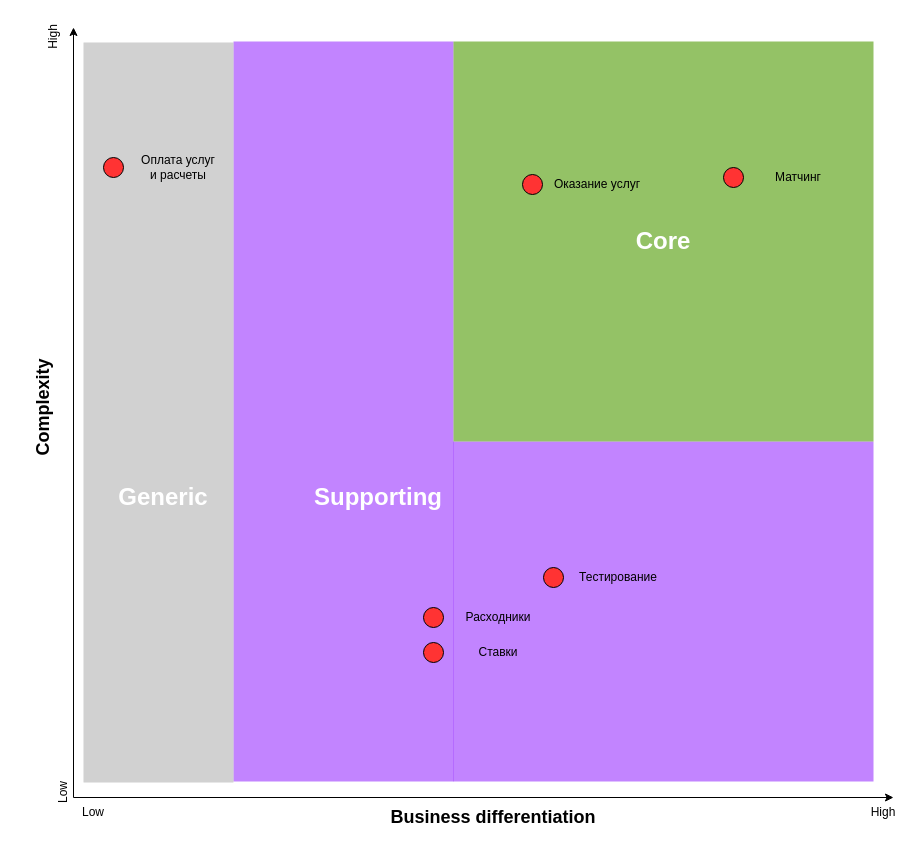
Before: 2/core-domain.drawio in teddybear/system_analysis_course, a draw.io diagram. Source tidied: cells renumbered, new cells numbered last; positions are measured from the earlier drawing's top-left corner, leaving out a move shared by most shapes. Both pictures are drawn from the tidied source at 100%, with x=0, y=0 at pixel (23, 27).
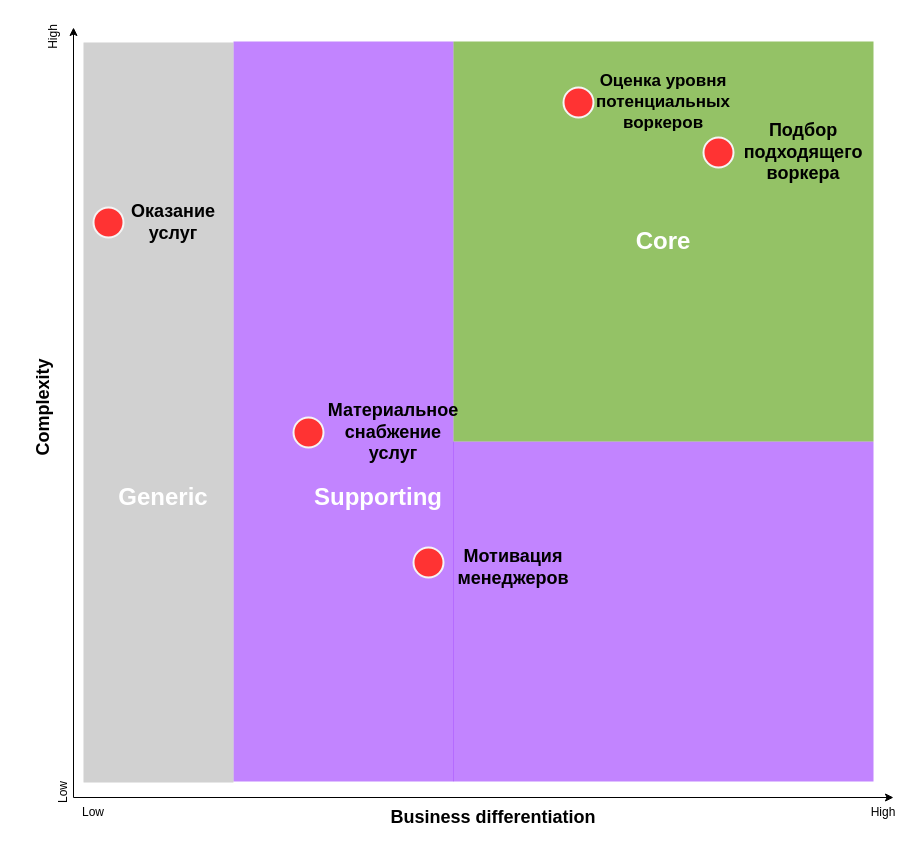
After the change.

What changed in the source:
```diff
@@
-    <mxCell id="18" style="group;" parent="17" vertex="1">
-      <mxGeometry x="700" y="140" width="130" height="20" as="geometry" />
-    </mxCell>
+    <mxCell id="39" style="group;" parent="17" vertex="1">
+      <mxGeometry x="690" y="110" width="110" height="30" as="geometry" />
+    </mxCell>
-    <mxCell id="19" style="ellipse;whiteSpace=wrap;html=1;fillColor=#FF3333;" parent="18" vertex="1">
-      <mxGeometry width="20" height="20" as="geometry" />
+    <mxCell id="19" style="ellipse;whiteSpace=wrap;html=1;fillColor=#FF3333;strokeColor=#F5F5F5;strokeWidth=2;" parent="39" vertex="1">
+      <mxGeometry x="-10" width="30" height="30" as="geometry" />
     </mxCell>
-    <mxCell id="20" value="Матчинг" style="text;html=1;strokeColor=none;fillColor=none;align=center;verticalAlign=middle;whiteSpace=wrap;rounded=0;" parent="18" vertex="1">
-      <mxGeometry x="20" width="110" height="20" as="geometry" />
+    <mxCell id="20" value="&lt;font style=&quot;font-size: 18px;&quot;&gt;Подбор&lt;br&gt;подходящего&lt;br&gt;воркера&lt;br&gt;&lt;/font&gt;" style="text;html=1;strokeColor=none;fillColor=none;align=center;verticalAlign=middle;whiteSpace=wrap;rounded=0;fontStyle=1;" parent="39" vertex="1">
+      <mxGeometry x="50" y="5" width="80" height="20" as="geometry" />
     </mxCell>
-    <mxCell id="21" style="group;" parent="17" vertex="1">
-      <mxGeometry x="80" y="130" width="130" height="20" as="geometry" />
-    </mxCell>
-    <mxCell id="22" style="ellipse;whiteSpace=wrap;html=1;fillColor=#FF3333;" parent="21" vertex="1">
-      <mxGeometry width="20" height="20" as="geometry" />
-    </mxCell>
-    <mxCell id="23" value="Оплата услуг&lt;br style=&quot;border-color: var(--border-color);&quot;&gt;и расчеты" style="text;html=1;strokeColor=none;fillColor=none;align=center;verticalAlign=middle;whiteSpace=wrap;rounded=0;" parent="21" vertex="1">
-      <mxGeometry x="20" width="110" height="20" as="geometry" />
-    </mxCell>
-    <mxCell id="24" style="group;" parent="17" vertex="1">
-      <mxGeometry x="400" y="580" width="130" height="20" as="geometry" />
-    </mxCell>
-    <mxCell id="25" style="group;" parent="24" vertex="1">
-      <mxGeometry width="130" height="20" as="geometry" />
-    </mxCell>
-    <mxCell id="26" style="ellipse;whiteSpace=wrap;html=1;fillColor=#FF3333;" parent="25" vertex="1">
-      <mxGeometry width="20" height="20" as="geometry" />
-    </mxCell>
-    <mxCell id="27" value="Расходники" style="text;html=1;strokeColor=none;fillColor=none;align=center;verticalAlign=middle;whiteSpace=wrap;rounded=0;" parent="25" vertex="1">
-      <mxGeometry x="20" width="110" height="20" as="geometry" />
-    </mxCell>
-    <mxCell id="28" style="group;" parent="17" vertex="1">
-      <mxGeometry x="510" y="120" width="130" height="20" as="geometry" />
-    </mxCell>
-    <mxCell id="29" style="ellipse;whiteSpace=wrap;html=1;fillColor=#FF3333;" parent="28" vertex="1">
-      <mxGeometry x="-11" y="27" width="20" height="20" as="geometry" />
-    </mxCell>
+    <mxCell id="40" style="group;" parent="17" vertex="1">
+      <mxGeometry x="540" y="60" width="130" height="30" as="geometry" />
+    </mxCell>
+    <mxCell id="41" style="ellipse;whiteSpace=wrap;html=1;fillColor=#FF3333;strokeColor=#F5F5F5;strokeWidth=2;" parent="40" vertex="1">
+      <mxGeometry width="30" height="30" as="geometry" />
+    </mxCell>
+    <mxCell id="42" value="&lt;div style=&quot;line-height: 19px;&quot;&gt;&lt;font style=&quot;font-size: 17px;&quot;&gt;Оценка уровня потенциальных воркеров&lt;/font&gt;&lt;/div&gt;" style="text;html=1;strokeColor=none;fillColor=none;align=center;verticalAlign=middle;whiteSpace=wrap;rounded=0;fontStyle=1;" parent="40" vertex="1">
+      <mxGeometry x="60" y="5" width="80" height="20" as="geometry" />
+    </mxCell>
+    <mxCell id="43" style="group;" parent="17" vertex="1">
+      <mxGeometry x="80" y="180" width="120" height="30" as="geometry" />
+    </mxCell>
+    <mxCell id="44" style="group;" parent="43" vertex="1">
+      <mxGeometry x="-10" width="120" height="30" as="geometry" />
+    </mxCell>
+    <mxCell id="45" style="ellipse;whiteSpace=wrap;html=1;fillColor=#FF3333;strokeColor=#F5F5F5;strokeWidth=2;" parent="44" vertex="1">
+      <mxGeometry width="30" height="30" as="geometry" />
+    </mxCell>
-    <mxCell id="30" value="Оказание услуг" style="text;html=1;strokeColor=none;fillColor=none;align=center;verticalAlign=middle;whiteSpace=wrap;rounded=0;" parent="28" vertex="1">
-      <mxGeometry x="9" y="27" width="110" height="20" as="geometry" />
+    <mxCell id="30" value="&lt;font style=&quot;font-size: 18px;&quot;&gt;Оказание услуг&lt;/font&gt;" style="text;html=1;strokeColor=none;fillColor=none;align=center;verticalAlign=middle;whiteSpace=wrap;rounded=0;fontStyle=1;" parent="44" vertex="1">
+      <mxGeometry x="40" y="5" width="80" height="20" as="geometry" />
     </mxCell>
-    <mxCell id="31" style="group;" parent="17" vertex="1">
-      <mxGeometry x="520" y="540" width="130" height="20" as="geometry" />
-    </mxCell>
-    <mxCell id="32" style="group;" parent="31" vertex="1">
-      <mxGeometry width="130" height="20" as="geometry" />
-    </mxCell>
-    <mxCell id="33" style="ellipse;whiteSpace=wrap;html=1;fillColor=#FF3333;" parent="32" vertex="1">
-      <mxGeometry width="20" height="20" as="geometry" />
-    </mxCell>
-    <mxCell id="34" value="Тестирование" style="text;html=1;strokeColor=none;fillColor=none;align=center;verticalAlign=middle;whiteSpace=wrap;rounded=0;" parent="32" vertex="1">
-      <mxGeometry x="20" width="110" height="20" as="geometry" />
-    </mxCell>
-    <mxCell id="35" style="group;" parent="17" vertex="1">
-      <mxGeometry x="400" y="615" width="130" height="20" as="geometry" />
-    </mxCell>
-    <mxCell id="36" style="group;" parent="35" vertex="1">
-      <mxGeometry width="130" height="20" as="geometry" />
-    </mxCell>
-    <mxCell id="37" style="ellipse;whiteSpace=wrap;html=1;fillColor=#FF3333;" parent="36" vertex="1">
-      <mxGeometry width="20" height="20" as="geometry" />
-    </mxCell>
-    <mxCell id="38" value="Ставки" style="text;html=1;strokeColor=none;fillColor=none;align=center;verticalAlign=middle;whiteSpace=wrap;rounded=0;" parent="36" vertex="1">
-      <mxGeometry x="20" width="110" height="20" as="geometry" />
-    </mxCell>
+    <mxCell id="46" style="group;" parent="17" vertex="1">
+      <mxGeometry x="390" y="520" width="110" height="30" as="geometry" />
+    </mxCell>
+    <mxCell id="47" style="ellipse;whiteSpace=wrap;html=1;fillColor=#FF3333;strokeColor=#F5F5F5;strokeWidth=2;" parent="46" vertex="1">
+      <mxGeometry width="30" height="30" as="geometry" />
+    </mxCell>
+    <mxCell id="48" value="&lt;font style=&quot;font-size: 18px;&quot;&gt;Мотивация менеджеров&lt;/font&gt;" style="text;html=1;strokeColor=none;fillColor=none;align=center;verticalAlign=middle;whiteSpace=wrap;rounded=0;fontStyle=1;" parent="46" vertex="1">
+      <mxGeometry x="60" y="10" width="80" height="20" as="geometry" />
+    </mxCell>
+    <mxCell id="49" style="group;" parent="17" vertex="1">
+      <mxGeometry x="270" y="390" width="140" height="30" as="geometry" />
+    </mxCell>
+    <mxCell id="50" style="ellipse;whiteSpace=wrap;html=1;fillColor=#FF3333;strokeColor=#F5F5F5;strokeWidth=2;" parent="49" vertex="1">
+      <mxGeometry width="30" height="30" as="geometry" />
+    </mxCell>
+    <mxCell id="51" value="&lt;font style=&quot;font-size: 18px;&quot;&gt;Материальное снабжение услуг&lt;/font&gt;" style="text;html=1;strokeColor=none;fillColor=none;align=center;verticalAlign=middle;whiteSpace=wrap;rounded=0;fontStyle=1;" parent="49" vertex="1">
+      <mxGeometry x="60" y="5" width="80" height="20" as="geometry" />
+    </mxCell>
```
